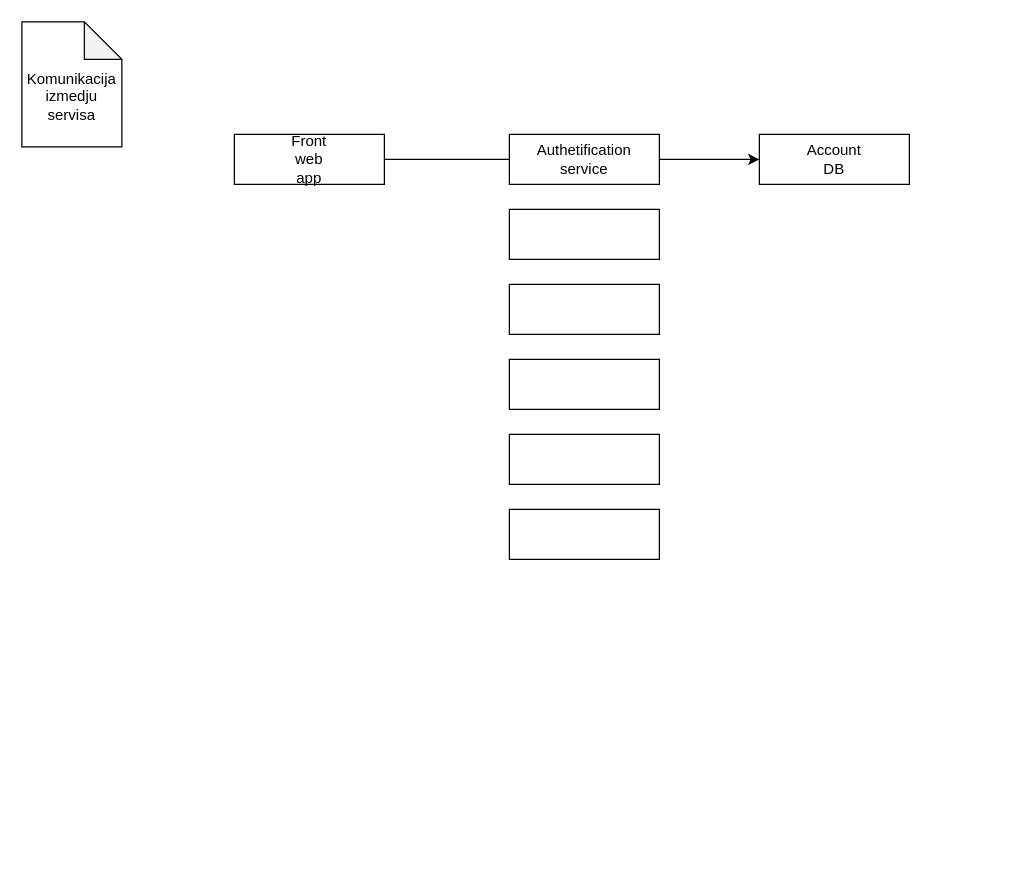
The draw.io diagram page "Page-11" (10 of 10) of Dijagrami.drawio in andjelijaa/XML-projekat, before the edit. Source tidied: cells renumbered, new cells numbered last; positions are measured from the earlier drawing's top-left corner, leaving out a move shared by most shapes. Both pictures are drawn from the tidied source at 125%, with x=0, y=0 at pixel (21, 21).
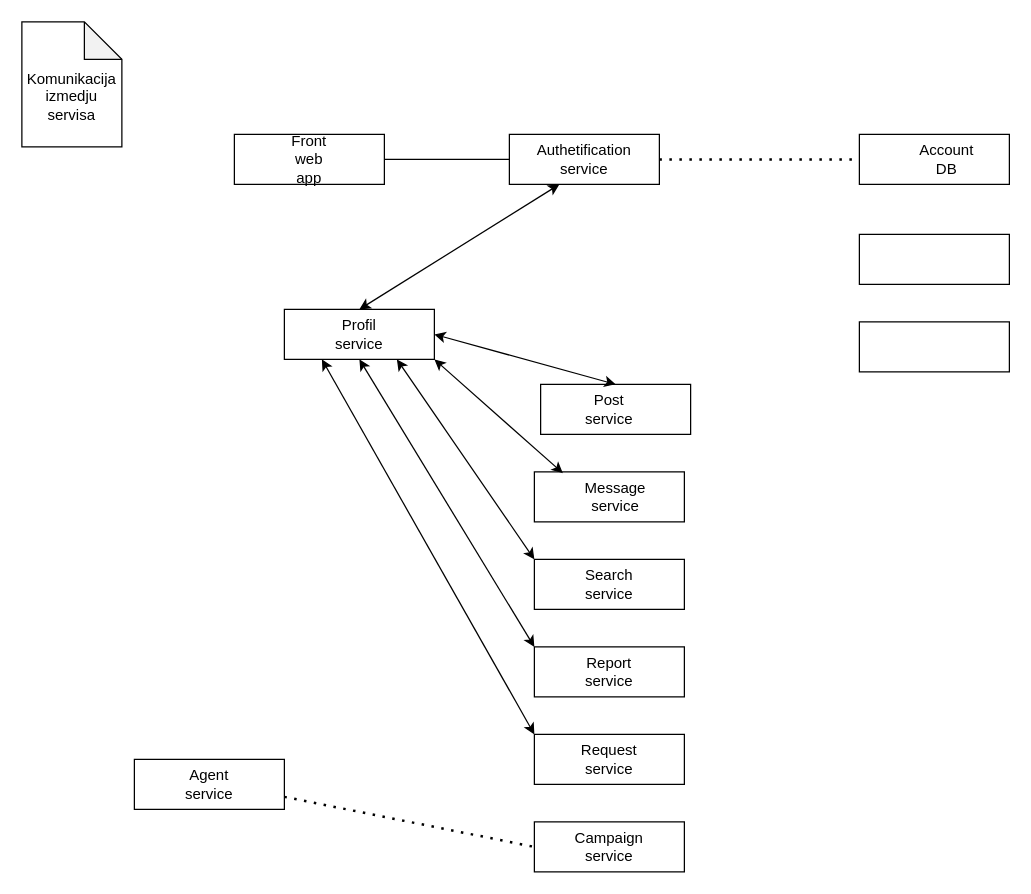
After the change.

Commit message:
Komunikacioni dijagram

The change refers to these unchanged cells:
```xml
<mxCell id="3" style="rounded=0;whiteSpace=wrap;html=1;" parent="1" vertex="1">
  <mxGeometry x="390" y="90" width="120" height="40" as="geometry" />
</mxCell>
```

Diff of the diagram source:
```diff
@@
     <mxCell id="5" style="rounded=0;whiteSpace=wrap;html=1;" parent="1" vertex="1">
-      <mxGeometry x="390" y="150" width="120" height="40" as="geometry" />
+      <mxGeometry x="210" y="230" width="120" height="40" as="geometry" />
     </mxCell>
@@
     <mxCell id="7" style="rounded=0;whiteSpace=wrap;html=1;" parent="1" vertex="1">
-      <mxGeometry x="390" y="210" width="120" height="40" as="geometry" />
+      <mxGeometry x="670" y="170" width="120" height="40" as="geometry" />
     </mxCell>
@@
     <mxCell id="11" style="rounded=0;whiteSpace=wrap;html=1;align=left;" parent="1" vertex="1">
-      <mxGeometry x="590" y="90" width="120" height="40" as="geometry" />
+      <mxGeometry x="670" y="90" width="120" height="40" as="geometry" />
     </mxCell>
     <mxCell id="12" value="Account DB" style="text;html=1;strokeColor=none;fillColor=none;align=center;verticalAlign=middle;whiteSpace=wrap;rounded=0;" parent="1" vertex="1">
-      <mxGeometry x="630" y="100" width="40" height="20" as="geometry" />
+      <mxGeometry x="720" y="100" width="40" height="20" as="geometry" />
     </mxCell>
     <mxCell id="13" style="rounded=0;whiteSpace=wrap;html=1;" parent="1" vertex="1">
-      <mxGeometry x="390" y="270" width="120" height="40" as="geometry" />
+      <mxGeometry x="670" y="240" width="120" height="40" as="geometry" />
     </mxCell>
     <mxCell id="14" style="rounded=0;whiteSpace=wrap;html=1;" parent="1" vertex="1">
-      <mxGeometry x="390" y="330" width="120" height="40" as="geometry" />
+      <mxGeometry x="415" y="290" width="120" height="40" as="geometry" />
     </mxCell>
     <mxCell id="15" style="rounded=0;whiteSpace=wrap;html=1;" parent="1" vertex="1">
-      <mxGeometry x="390" y="390" width="120" height="40" as="geometry" />
+      <mxGeometry x="410" y="360" width="120" height="40" as="geometry" />
     </mxCell>
+    <mxCell id="17" value="Profil service" style="text;html=1;strokeColor=none;fillColor=none;align=center;verticalAlign=middle;whiteSpace=wrap;rounded=0;" parent="1" vertex="1">
+      <mxGeometry x="250" y="240" width="40" height="20" as="geometry" />
+    </mxCell>
+    <mxCell id="18" style="endArrow=classic;startArrow=classic;html=1;exitX=0.5;exitY=0;exitDx=0;exitDy=0;" parent="1" edge="1" source="5">
+      <mxGeometry relative="1" as="geometry">
+        <mxPoint x="430" y="130" as="targetPoint" />
+      </mxGeometry>
+    </mxCell>
+    <mxCell id="19" value="Post service" style="text;html=1;strokeColor=none;fillColor=none;align=center;verticalAlign=middle;whiteSpace=wrap;rounded=0;" parent="1" vertex="1">
+      <mxGeometry x="450" y="300" width="40" height="20" as="geometry" />
+    </mxCell>
+    <mxCell id="20" style="endArrow=classic;startArrow=classic;html=1;exitX=1;exitY=0.5;exitDx=0;exitDy=0;entryX=0.5;entryY=0;entryDx=0;entryDy=0;" parent="1" edge="1" source="5" target="14">
+      <mxGeometry relative="1" as="geometry" />
+    </mxCell>
+    <mxCell id="21" value="Message service" style="text;html=1;strokeColor=none;fillColor=none;align=center;verticalAlign=middle;whiteSpace=wrap;rounded=0;" parent="1" vertex="1">
+      <mxGeometry x="455" y="370" width="40" height="20" as="geometry" />
+    </mxCell>
+    <mxCell id="22" style="endArrow=classic;startArrow=classic;html=1;exitX=1;exitY=1;exitDx=0;exitDy=0;entryX=0.19;entryY=0.025;entryDx=0;entryDy=0;entryPerimeter=0;" parent="1" edge="1" source="5" target="15">
+      <mxGeometry relative="1" as="geometry" />
+    </mxCell>
+    <mxCell id="23" style="rounded=0;whiteSpace=wrap;html=1;align=left;" parent="1" vertex="1">
+      <mxGeometry x="410" y="430" width="120" height="40" as="geometry" />
+    </mxCell>
+    <mxCell id="24" value="Search service" style="text;html=1;strokeColor=none;fillColor=none;align=center;verticalAlign=middle;whiteSpace=wrap;rounded=0;" parent="1" vertex="1">
+      <mxGeometry x="450" y="440" width="40" height="20" as="geometry" />
+    </mxCell>
+    <mxCell id="25" style="endArrow=classic;startArrow=classic;html=1;entryX=0.75;entryY=1;entryDx=0;entryDy=0;exitX=0;exitY=0;exitDx=0;exitDy=0;" parent="1" edge="1" source="23" target="5">
+      <mxGeometry relative="1" as="geometry" />
+    </mxCell>
+    <mxCell id="26" style="rounded=0;whiteSpace=wrap;html=1;align=left;" parent="1" vertex="1">
+      <mxGeometry x="410" y="500" width="120" height="40" as="geometry" />
+    </mxCell>
+    <mxCell id="27" value="Report service" style="text;html=1;strokeColor=none;fillColor=none;align=center;verticalAlign=middle;whiteSpace=wrap;rounded=0;" parent="1" vertex="1">
+      <mxGeometry x="450" y="510" width="40" height="20" as="geometry" />
+    </mxCell>
+    <mxCell id="28" style="endArrow=classic;startArrow=classic;html=1;entryX=0.5;entryY=1;entryDx=0;entryDy=0;exitX=0;exitY=0;exitDx=0;exitDy=0;" parent="1" edge="1" source="26" target="5">
+      <mxGeometry relative="1" as="geometry" />
+    </mxCell>
+    <mxCell id="29" style="rounded=0;whiteSpace=wrap;html=1;align=left;" parent="1" vertex="1">
+      <mxGeometry x="410" y="570" width="120" height="40" as="geometry" />
+    </mxCell>
+    <mxCell id="30" value="Request service" style="text;html=1;strokeColor=none;fillColor=none;align=center;verticalAlign=middle;whiteSpace=wrap;rounded=0;" parent="1" vertex="1">
+      <mxGeometry x="450" y="580" width="40" height="20" as="geometry" />
+    </mxCell>
+    <mxCell id="31" style="endArrow=classic;startArrow=classic;html=1;entryX=0.25;entryY=1;entryDx=0;entryDy=0;" parent="1" edge="1" target="5">
+      <mxGeometry relative="1" as="geometry">
+        <mxPoint x="410" y="570" as="sourcePoint" />
+      </mxGeometry>
+    </mxCell>
+    <mxCell id="32" style="rounded=0;whiteSpace=wrap;html=1;align=left;" parent="1" vertex="1">
+      <mxGeometry x="90" y="590" width="120" height="40" as="geometry" />
+    </mxCell>
+    <mxCell id="33" value="Agent service" style="text;html=1;strokeColor=none;fillColor=none;align=center;verticalAlign=middle;whiteSpace=wrap;rounded=0;" parent="1" vertex="1">
+      <mxGeometry x="130" y="600" width="40" height="20" as="geometry" />
+    </mxCell>
+    <mxCell id="34" style="rounded=0;whiteSpace=wrap;html=1;align=left;" parent="1" vertex="1">
+      <mxGeometry x="410" y="640" width="120" height="40" as="geometry" />
+    </mxCell>
+    <mxCell id="35" value="Campaign service" style="text;html=1;strokeColor=none;fillColor=none;align=center;verticalAlign=middle;whiteSpace=wrap;rounded=0;" parent="1" vertex="1">
+      <mxGeometry x="450" y="650" width="40" height="20" as="geometry" />
+    </mxCell>
+    <mxCell id="36" style="endArrow=none;dashed=1;html=1;dashPattern=1 3;strokeWidth=2;entryX=0;entryY=0.5;entryDx=0;entryDy=0;exitX=1;exitY=0.75;exitDx=0;exitDy=0;" parent="1" edge="1" source="32" target="34">
+      <mxGeometry relative="1" as="geometry" />
+    </mxCell>
-    <mxCell id="16" style="endArrow=classic;html=1;exitX=1;exitY=0.5;exitDx=0;exitDy=0;entryX=0;entryY=0.5;entryDx=0;entryDy=0;" parent="1" edge="1" source="3" target="11">
+    <mxCell id="16" style="endArrow=none;dashed=1;html=1;dashPattern=1 3;strokeWidth=2;entryX=0;entryY=0.5;entryDx=0;entryDy=0;exitX=1;exitY=0.5;exitDx=0;exitDy=0;" parent="1" edge="1" source="3" target="11">
       <mxGeometry relative="1" as="geometry" />
     </mxCell>
```
